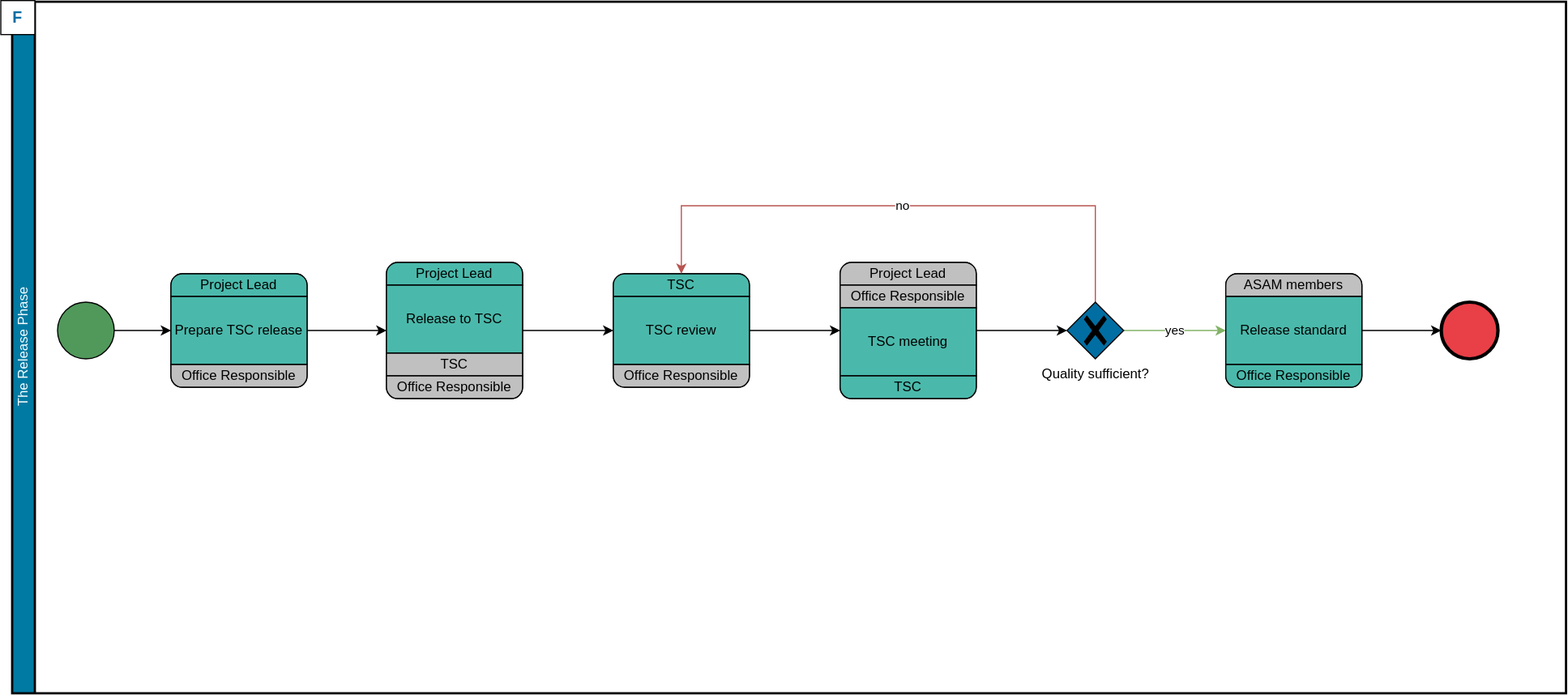
asam-ev/asam-project-guide-content keeps this draw.io diagram as content/modules/compendium/assets/images/asam/release_phase.drawio.svg. Above is the earlier version. Source tidied: cells renumbered, new cells last; positions are measured from the earlier drawing's top-left corner, leaving out a move shared by most shapes.
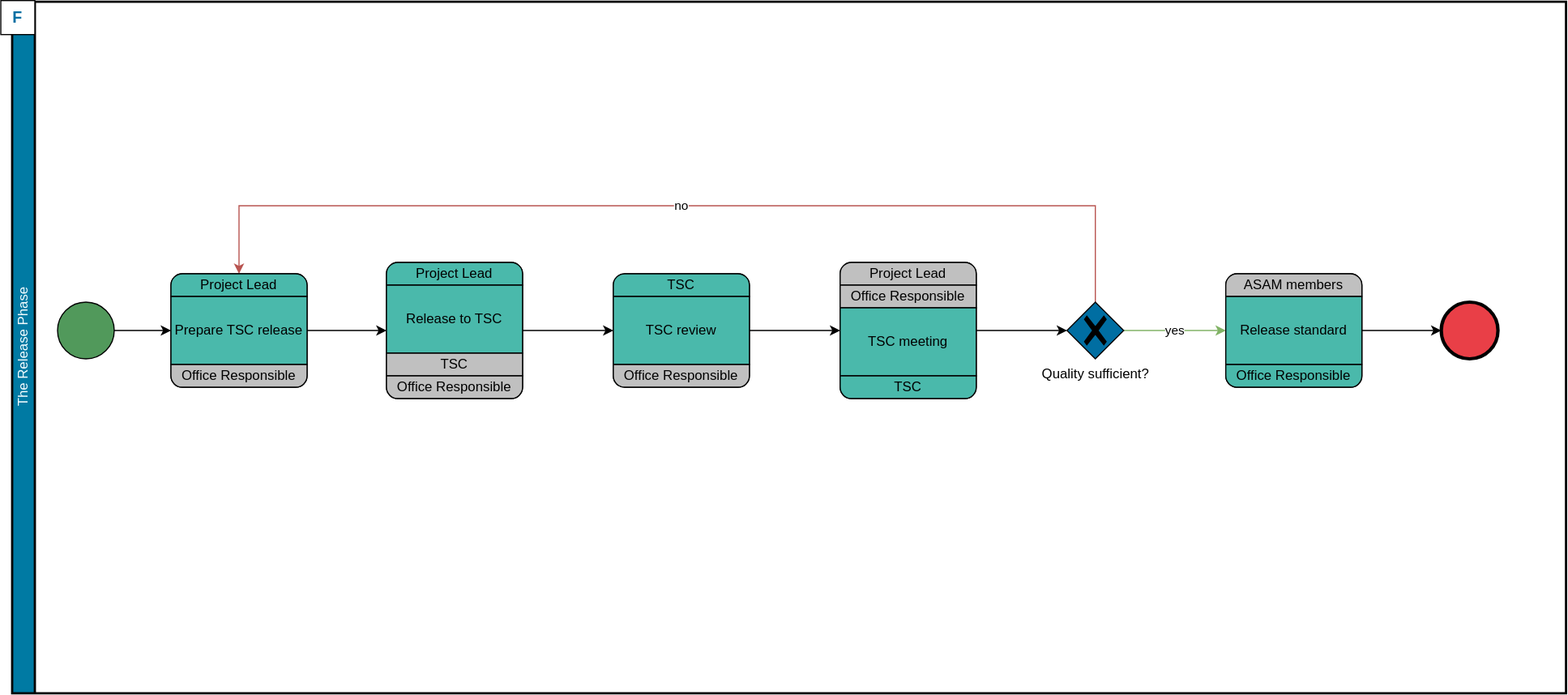
The same diagram one commit later.

Commit message:
Updated release phase diagram

The edit, as a diff of the source:
```diff
@@ -50,11 +50,11 @@
     <mxCell id="17" style="edgeStyle=orthogonalEdgeStyle;rounded=0;jettySize=auto;html=1;" parent="2" edge="1" source="6" target="19">
       <mxGeometry relative="1" as="geometry" />
     </mxCell>
-    <mxCell id="18" value="no" style="edgeStyle=orthogonalEdgeStyle;rounded=0;jettySize=auto;html=1;exitX=0.5;exitY=0;exitDx=0;exitDy=0;exitPerimeter=0;entryX=0.5;entryY=0;entryDx=0;entryDy=0;fillColor=#f8cecc;strokeColor=#b85450;" parent="2" edge="1" source="19" target="13">
+    <mxCell id="18" value="no" style="edgeStyle=orthogonalEdgeStyle;rounded=0;jettySize=auto;html=1;exitX=0.5;exitY=0;exitDx=0;exitDy=0;exitPerimeter=0;entryX=0.5;entryY=0;entryDx=0;entryDy=0;fillColor=#f8cecc;strokeColor=#b85450;" parent="2" edge="1" source="19" target="21">
       <mxGeometry relative="1" as="geometry">
         <Array as="points">
           <mxPoint x="955" y="180" />
-          <mxPoint x="590" y="180" />
+          <mxPoint x="200" y="180" />
         </Array>
       </mxGeometry>
     </mxCell>
```
